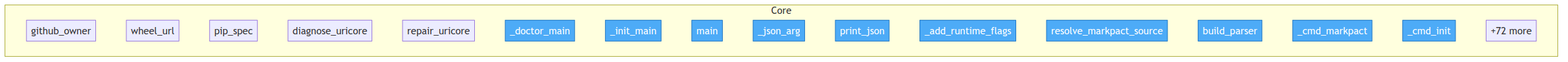
tellmesh/urisys keeps this Mermaid diagram as project/flow.png. Above is the earlier version. Its source is kept beside it as project/flow.mmd.
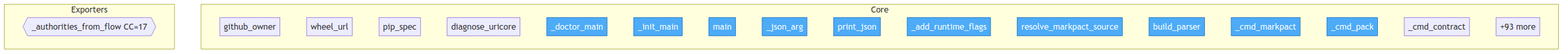
After the change.

What changed in the source:
```diff
@@ -7,7 +7,6 @@
         src__urisys__uricore_install__wheel_url["wheel_url"]
         src__urisys__uricore_install__pip_spec["pip_spec"]
         src__urisys__uricore_install__diagnose_uricore["diagnose_uricore"]
-        src__urisys__uricore_install__repair_uricore["repair_uricore"]
         src__urisys__bootstrap___doctor_main["_doctor_main"]
         src__urisys__bootstrap___init_main["_init_main"]
         src__urisys__bootstrap__main["main"]
@@ -17,8 +16,13 @@
         src__urisys__cli__resolve_markpact_source["resolve_markpact_source"]
         src__urisys__cli__build_parser["build_parser"]
         src__urisys__cli___cmd_markpact["_cmd_markpact"]
-        src__urisys__cli___cmd_init["_cmd_init"]
-        ...["+72 more"]
+        src__urisys__cli___cmd_pack["_cmd_pack"]
+        src__urisys__cli___cmd_contract["_cmd_contract"]
+        ...["+93 more"]
     end
 
-    class src__urisys__bootstrap___doctor_main,src__urisys__bootstrap___init_main,src__urisys__bootstrap__main,src__urisys__cli___json_arg,src__urisys__cli__print_json,src__urisys__cli___add_runtime_flags,src__urisys__cli__resolve_markpact_source,src__urisys__cli__build_parser,src__urisys__cli___cmd_markpact,src__urisys__cli___cmd_init entry
+    subgraph Exporters
+        src__urisys__managers__platform_export___authorities_from_flow{{_authorities_from_flow CC=17}}
+    end
+
+    class src__urisys__bootstrap___doctor_main,src__urisys__bootstrap___init_main,src__urisys__bootstrap__main,src__urisys__cli___json_arg,src__urisys__cli__print_json,src__urisys__cli___add_runtime_flags,src__urisys__cli__resolve_markpact_source,src__urisys__cli__build_parser,src__urisys__cli___cmd_markpact,src__urisys__cli___cmd_pack entry
```
